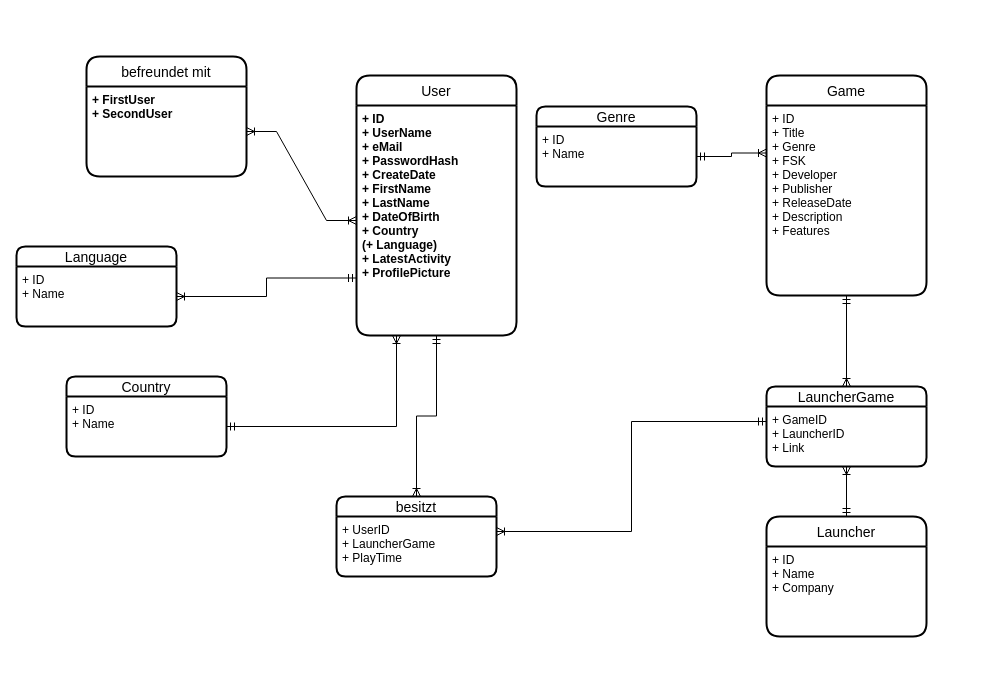
This is Datenbankentechnologien - Datenbankprojekt.drawio from JendrikLudwig/Datenbanktechnologien, a draw.io file, before an edit. Source tidied: cells renumbered, new cells numbered last; positions are measured from the earlier drawing's top-left corner, leaving out a move shared by most shapes. Both pictures are drawn from the tidied source at 100%, with x=0, y=0 at pixel (16, 56).
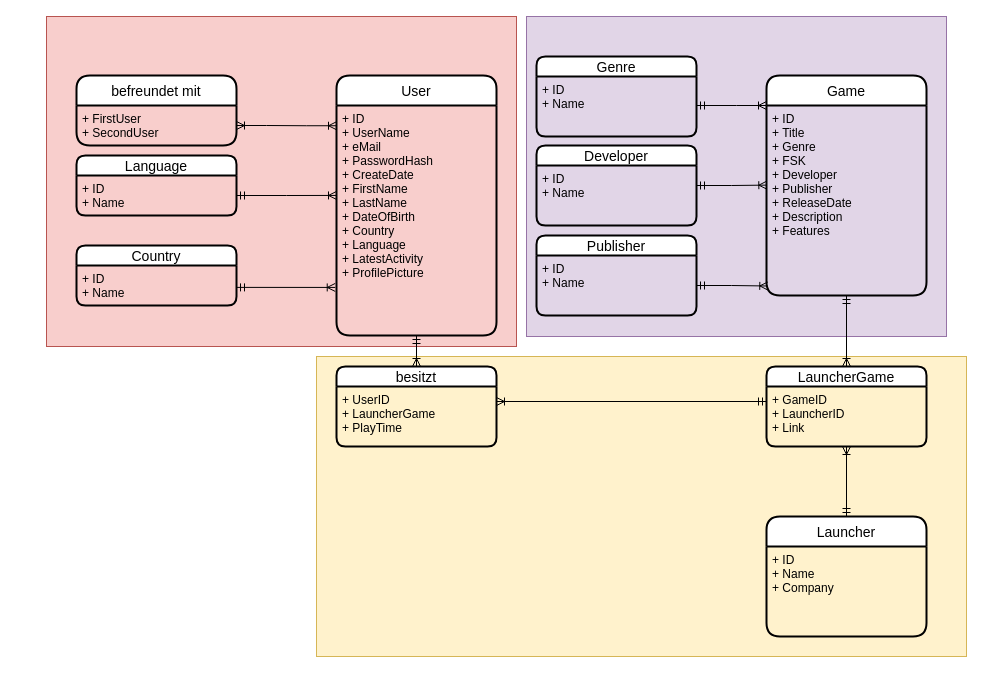
After the change.

Unchanged cells that the change refers to:
```xml
<mxCell id="5" value="+ ID&#10;+ Title&#10;+ Genre&#10;+ FSK&#10;+ Developer&#10;+ Publisher&#10;+ ReleaseDate&#10;+ Description&#10;+ Features" style="align=left;strokeColor=none;fillColor=none;spacingLeft=4;fontSize=12;verticalAlign=top;" parent="4" vertex="1">
  <mxGeometry y="30" width="160" height="190" as="geometry" />
</mxCell>
```

What changed in the source:
```diff
@@
+    <mxCell id="28" style="rounded=0;whiteSpace=wrap;html=1;fillColor=#fff2cc;strokeColor=#d6b656;" parent="1" vertex="1">
+      <mxGeometry x="300" y="300" width="650" height="300" as="geometry" />
+    </mxCell>
+    <mxCell id="29" style="rounded=0;whiteSpace=wrap;html=1;fillColor=#f8cecc;strokeColor=#b85450;" parent="1" vertex="1">
+      <mxGeometry x="30" y="-40" width="470" height="330" as="geometry" />
+    </mxCell>
+    <mxCell id="30" style="rounded=0;whiteSpace=wrap;html=1;fillColor=#e1d5e7;strokeColor=#9673a6;" parent="1" vertex="1">
+      <mxGeometry x="510" y="-40" width="420" height="320" as="geometry" />
+    </mxCell>
     <mxCell id="2" value="User" style="swimlane;horizontal=1;startSize=30;rounded=1;fontSize=14;fontStyle=0;strokeWidth=2;shadow=0;dashed=0;align=center;" parent="1" vertex="1">
-      <mxGeometry x="340" y="19" width="160" height="260" as="geometry" />
+      <mxGeometry x="320" y="19" width="160" height="260" as="geometry" />
     </mxCell>
-    <mxCell id="3" value="+ ID&#10;+ UserName&#10;+ eMail&#10;+ PasswordHash&#10;+ CreateDate&#10;+ FirstName&#10;+ LastName&#10;+ DateOfBirth&#10;+ Country&#10;(+ Language)&#10;+ LatestActivity&#10;+ ProfilePicture&#10;&#10;" style="align=left;strokeColor=none;fillColor=none;spacingLeft=4;fontSize=12;verticalAlign=top;fontStyle=1;" parent="2" vertex="1">
+    <mxCell id="3" value="+ ID&#10;+ UserName&#10;+ eMail&#10;+ PasswordHash&#10;+ CreateDate&#10;+ FirstName&#10;+ LastName&#10;+ DateOfBirth&#10;+ Country&#10;+ Language&#10;+ LatestActivity&#10;+ ProfilePicture&#10;&#10;" style="align=left;strokeColor=none;fillColor=none;spacingLeft=4;fontSize=12;verticalAlign=top;fontStyle=0;" parent="2" vertex="1">
       <mxGeometry y="30" width="160" height="230" as="geometry" />
     </mxCell>
@@
     <mxCell id="6" value="befreundet mit" style="swimlane;horizontal=1;startSize=30;rounded=1;fontSize=14;fontStyle=0;strokeWidth=2;shadow=0;dashed=0;align=center;" parent="1" vertex="1">
-      <mxGeometry x="70" width="160" height="120" as="geometry" />
+      <mxGeometry x="60" y="19" width="160" height="70" as="geometry" />
     </mxCell>
-    <mxCell id="7" value="+ FirstUser&#10;+ SecondUser" style="align=left;strokeColor=none;fillColor=none;spacingLeft=4;fontSize=12;verticalAlign=top;fontStyle=1;" parent="6" vertex="1">
-      <mxGeometry y="30" width="160" height="90" as="geometry" />
+    <mxCell id="7" value="+ FirstUser&#10;+ SecondUser" style="align=left;strokeColor=none;fillColor=none;spacingLeft=4;fontSize=12;verticalAlign=top;fontStyle=0;" parent="6" vertex="1">
+      <mxGeometry y="30" width="160" height="40" as="geometry" />
     </mxCell>
@@
     <mxCell id="11" value="besitzt" style="swimlane;horizontal=1;startSize=20;rounded=1;fontSize=14;fontStyle=0;strokeWidth=2;shadow=0;dashed=0;align=center;" parent="1" vertex="1">
-      <mxGeometry x="320" y="440" width="160" height="80" as="geometry" />
+      <mxGeometry x="320" y="310" width="160" height="80" as="geometry" />
     </mxCell>
@@
     <mxCell id="13" value="LauncherGame" style="swimlane;horizontal=1;startSize=20;rounded=1;fontSize=14;fontStyle=0;strokeWidth=2;shadow=0;dashed=0;align=center;" parent="1" vertex="1">
-      <mxGeometry x="750" y="330" width="160" height="80" as="geometry" />
+      <mxGeometry x="750" y="310" width="160" height="80" as="geometry" />
     </mxCell>
@@
-    <mxCell id="15" style="edgeStyle=entityRelationEdgeStyle;fontSize=12;html=1;endArrow=ERoneToMany;startArrow=ERoneToMany;rounded=0;exitX=1;exitY=0.5;exitDx=0;exitDy=0;entryX=0;entryY=0.5;entryDx=0;entryDy=0;" parent="1" edge="1" source="7" target="3">
+    <mxCell id="15" style="edgeStyle=entityRelationEdgeStyle;fontSize=12;html=1;endArrow=ERoneToMany;startArrow=ERoneToMany;rounded=0;exitX=1;exitY=0.5;exitDx=0;exitDy=0;entryX=0;entryY=0.088;entryDx=0;entryDy=0;entryPerimeter=0;" parent="1" edge="1" source="7" target="3">
       <mxGeometry relative="1" as="geometry" />
     </mxCell>
@@
     <mxCell id="19" value="Country" style="swimlane;horizontal=1;startSize=20;rounded=1;fontSize=14;fontStyle=0;strokeWidth=2;shadow=0;dashed=0;align=center;" parent="1" vertex="1">
-      <mxGeometry x="50" y="320" width="160" height="80" as="geometry" />
+      <mxGeometry x="60" y="189" width="160" height="60" as="geometry" />
     </mxCell>
     <mxCell id="20" value="+ ID&#10;+ Name" style="align=left;strokeColor=none;fillColor=none;spacingLeft=4;fontSize=12;verticalAlign=top;" parent="19" vertex="1">
-      <mxGeometry y="20" width="160" height="60" as="geometry" />
+      <mxGeometry y="20" width="160" height="40" as="geometry" />
     </mxCell>
     <mxCell id="21" value="Language" style="swimlane;horizontal=1;startSize=20;rounded=1;fontSize=14;fontStyle=0;strokeWidth=2;shadow=0;dashed=0;align=center;" parent="1" vertex="1">
-      <mxGeometry y="190" width="160" height="80" as="geometry" />
+      <mxGeometry x="60" y="99" width="160" height="60" as="geometry" />
     </mxCell>
     <mxCell id="22" value="+ ID&#10;+ Name" style="align=left;strokeColor=none;fillColor=none;spacingLeft=4;fontSize=12;verticalAlign=top;" parent="21" vertex="1">
-      <mxGeometry y="20" width="160" height="60" as="geometry" />
+      <mxGeometry y="20" width="160" height="40" as="geometry" />
     </mxCell>
     <mxCell id="23" value="Genre" style="swimlane;horizontal=1;startSize=20;rounded=1;fontSize=14;fontStyle=0;strokeWidth=2;shadow=0;dashed=0;align=center;" parent="1" vertex="1">
-      <mxGeometry x="520" y="50" width="160" height="80" as="geometry" />
+      <mxGeometry x="520" width="160" height="80" as="geometry" />
     </mxCell>
-    <mxCell id="24" value="+ ID&#10;+ Name" style="align=left;strokeColor=none;fillColor=none;spacingLeft=4;fontSize=12;verticalAlign=top;" parent="23" vertex="1">
+    <mxCell id="24" value="+ ID&#10;+ Name" style="align=left;strokeColor=none;fillColor=none;spacingLeft=4;fontSize=12;verticalAlign=top;fontStyle=0;" parent="23" vertex="1">
       <mxGeometry y="20" width="160" height="60" as="geometry" />
     </mxCell>
-    <mxCell id="25" style="edgeStyle=orthogonalEdgeStyle;rounded=0;jettySize=auto;html=1;entryX=0;entryY=0.75;entryDx=0;entryDy=0;startArrow=ERoneToMany;startFill=0;endArrow=ERmandOne;endFill=0;" parent="1" edge="1" source="22" target="3">
-      <mxGeometry relative="1" as="geometry" />
-    </mxCell>
-    <mxCell id="26" style="edgeStyle=orthogonalEdgeStyle;rounded=0;jettySize=auto;html=1;entryX=0.25;entryY=1;entryDx=0;entryDy=0;startArrow=ERmandOne;startFill=0;endArrow=ERoneToMany;endFill=0;" parent="1" edge="1" source="20" target="3">
-      <mxGeometry relative="1" as="geometry" />
+    <mxCell id="26" style="edgeStyle=orthogonalEdgeStyle;rounded=0;jettySize=auto;html=1;startArrow=ERmandOne;startFill=0;endArrow=ERoneToMany;endFill=0;entryX=-0.008;entryY=0.791;entryDx=0;entryDy=0;entryPerimeter=0;" parent="1" edge="1" target="3">
+      <mxGeometry relative="1" as="geometry">
+        <mxPoint x="220" y="230" as="sourcePoint" />
+        <Array as="points">
+          <mxPoint x="220" y="230" />
+          <mxPoint x="319" y="230" />
+        </Array>
+      </mxGeometry>
     </mxCell>
-    <mxCell id="27" style="edgeStyle=orthogonalEdgeStyle;rounded=0;jettySize=auto;html=1;entryX=0;entryY=0.25;entryDx=0;entryDy=0;startArrow=ERmandOne;startFill=0;endArrow=ERoneToMany;endFill=0;" parent="1" edge="1" source="24" target="5">
-      <mxGeometry relative="1" as="geometry" />
+    <mxCell id="27" style="edgeStyle=orthogonalEdgeStyle;rounded=0;jettySize=auto;html=1;startArrow=ERmandOne;startFill=0;endArrow=ERoneToMany;endFill=0;entryX=0;entryY=0;entryDx=0;entryDy=0;" parent="1" edge="1" source="24" target="5">
+      <mxGeometry relative="1" as="geometry">
+        <Array as="points">
+          <mxPoint x="720" y="49" />
+          <mxPoint x="720" y="49" />
+        </Array>
+      </mxGeometry>
     </mxCell>
+    <mxCell id="31" style="edgeStyle=orthogonalEdgeStyle;rounded=0;jettySize=auto;html=1;entryX=0.002;entryY=0.419;entryDx=0;entryDy=0;entryPerimeter=0;endArrow=ERoneToMany;endFill=0;startArrow=ERmandOne;startFill=0;" parent="1" edge="1" source="32" target="5">
+      <mxGeometry relative="1" as="geometry" />
+    </mxCell>
+    <mxCell id="32" value="Developer" style="swimlane;horizontal=1;startSize=20;rounded=1;fontSize=14;fontStyle=0;strokeWidth=2;shadow=0;dashed=0;align=center;" parent="1" vertex="1">
+      <mxGeometry x="520" y="89" width="160" height="80" as="geometry" />
+    </mxCell>
+    <mxCell id="33" value="+ ID&#10;+ Name" style="align=left;strokeColor=none;fillColor=none;spacingLeft=4;fontSize=12;verticalAlign=top;fontStyle=0;" parent="32" vertex="1">
+      <mxGeometry y="20" width="160" height="60" as="geometry" />
+    </mxCell>
+    <mxCell id="34" value="Publisher" style="swimlane;horizontal=1;startSize=20;rounded=1;fontSize=14;fontStyle=0;strokeWidth=2;shadow=0;dashed=0;align=center;" parent="1" vertex="1">
+      <mxGeometry x="520" y="179" width="160" height="80" as="geometry" />
+    </mxCell>
+    <mxCell id="35" value="+ ID&#10;+ Name" style="align=left;strokeColor=none;fillColor=none;spacingLeft=4;fontSize=12;verticalAlign=top;fontStyle=0;" parent="34" vertex="1">
+      <mxGeometry y="20" width="160" height="60" as="geometry" />
+    </mxCell>
+    <mxCell id="36" style="edgeStyle=orthogonalEdgeStyle;rounded=0;jettySize=auto;html=1;entryX=0.008;entryY=0.95;entryDx=0;entryDy=0;entryPerimeter=0;endArrow=ERoneToMany;endFill=0;startArrow=ERmandOne;startFill=0;" parent="1" edge="1" source="35" target="5">
+      <mxGeometry relative="1" as="geometry" />
+    </mxCell>
+    <mxCell id="25" style="edgeStyle=orthogonalEdgeStyle;rounded=0;jettySize=auto;html=1;entryX=0;entryY=0.391;entryDx=0;entryDy=0;entryPerimeter=0;startArrow=ERmandOne;startFill=0;endArrow=ERoneToMany;endFill=0;" parent="1" edge="1" source="22" target="3">
+      <mxGeometry relative="1" as="geometry" />
+    </mxCell>
```
